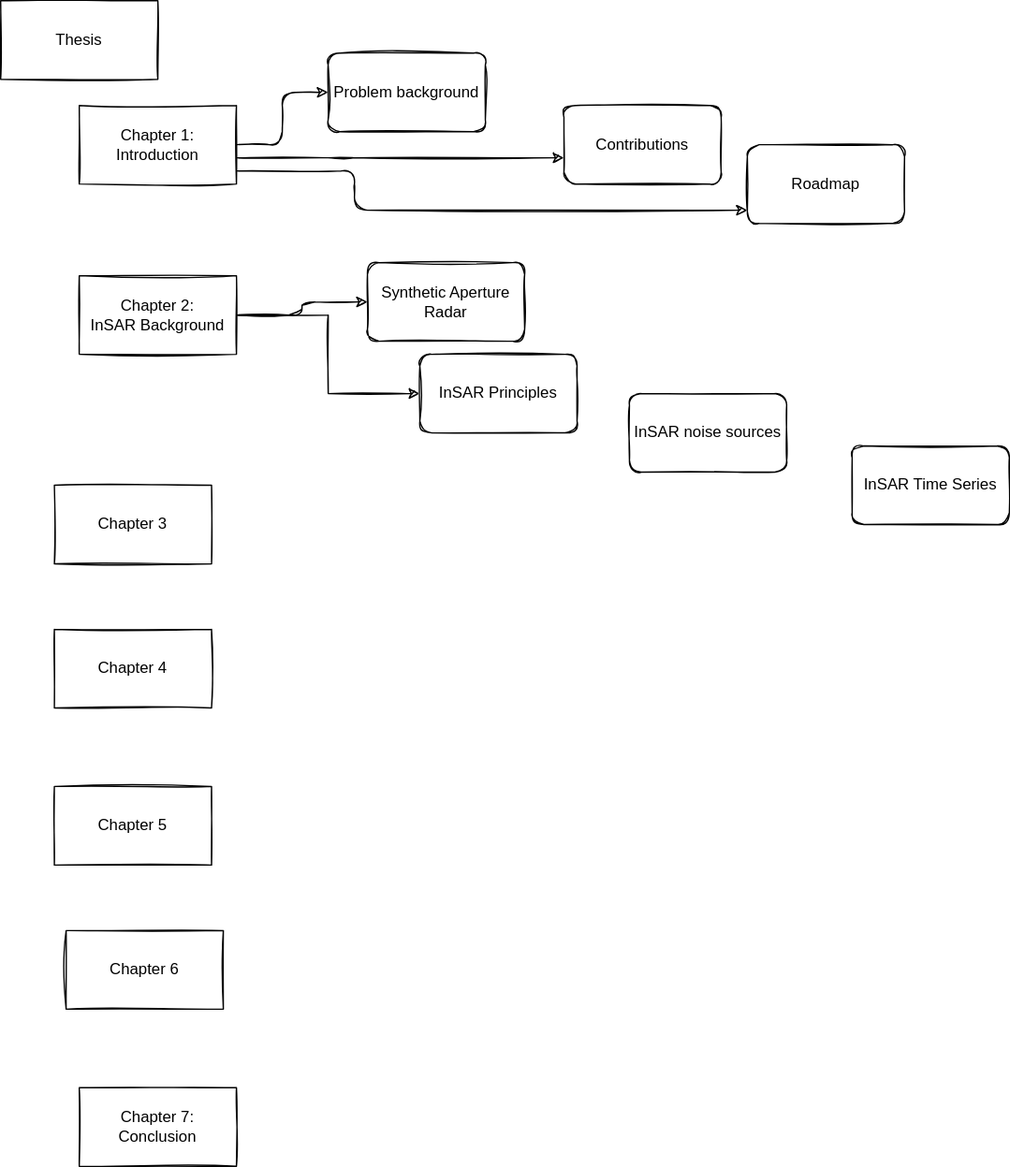
Above: thesis-outline.drawio.svg in scottstanie/phd-thesis (draw.io), before the change. Source tidied: cells renumbered, new cells last; positions are measured from the earlier drawing's top-left corner, leaving out a move shared by most shapes.
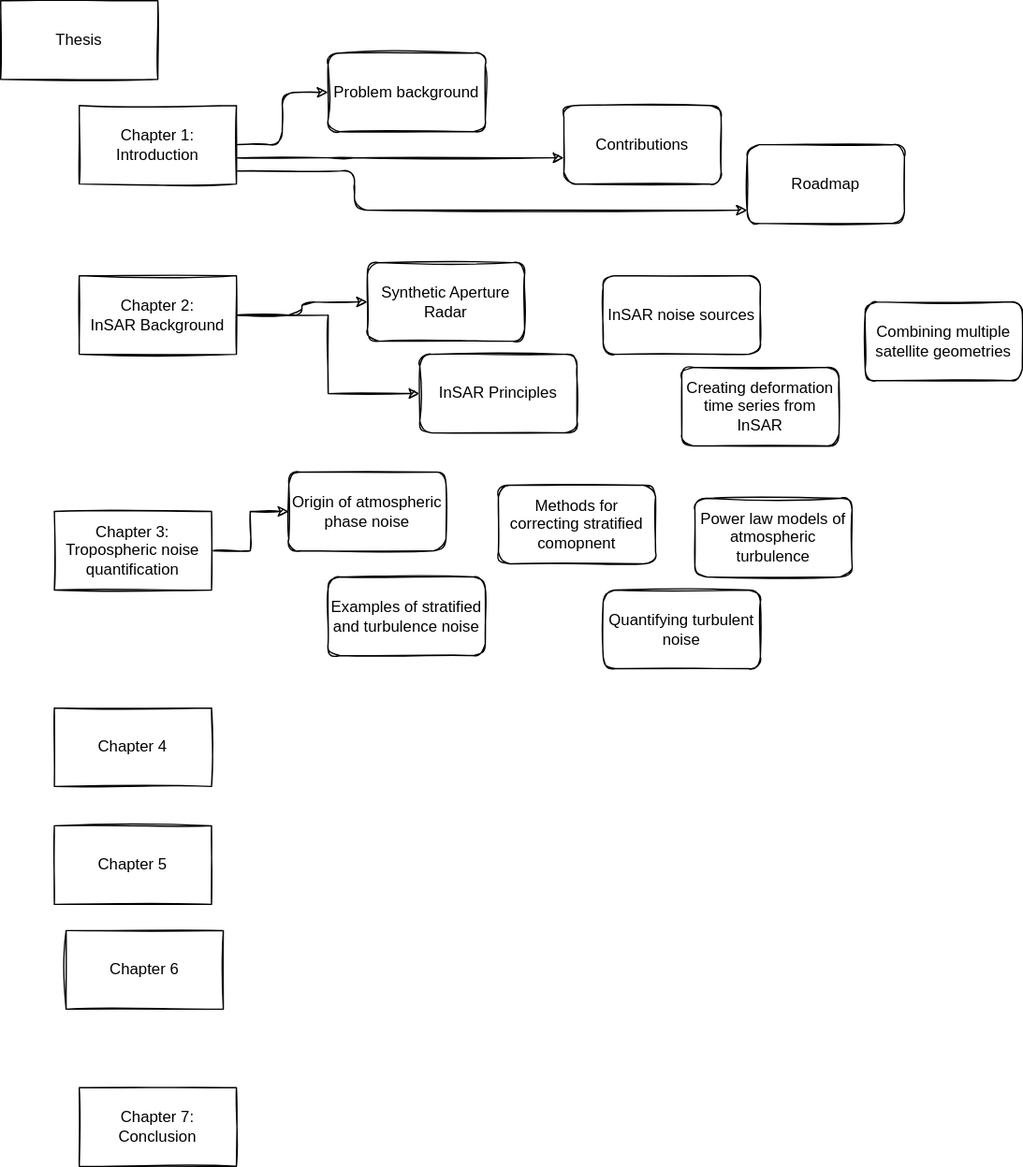
Later version of the same file.

Change to the diagram source:
```diff
@@ -58,19 +58,22 @@
       <mxGeometry x="320" y="270" width="120" height="60" as="geometry" />
     </mxCell>
     <mxCell id="16" value="InSAR noise sources" style="rounded=1;whiteSpace=wrap;html=1;sketch=1;" parent="1" vertex="1">
-      <mxGeometry x="480" y="300" width="120" height="60" as="geometry" />
+      <mxGeometry x="460" y="210" width="120" height="60" as="geometry" />
     </mxCell>
-    <mxCell id="17" value="InSAR Time Series" style="rounded=1;whiteSpace=wrap;html=1;sketch=1;" parent="1" vertex="1">
-      <mxGeometry x="650" y="340" width="120" height="60" as="geometry" />
+    <mxCell id="17" value="Creating deformation time series from InSAR" style="rounded=1;whiteSpace=wrap;html=1;sketch=1;" parent="1" vertex="1">
+      <mxGeometry x="520" y="280" width="120" height="60" as="geometry" />
     </mxCell>
+    <mxCell id="23" style="edgeStyle=orthogonalEdgeStyle;rounded=0;sketch=1;jettySize=auto;html=1;" parent="1" edge="1" source="18" target="24">
+      <mxGeometry relative="1" as="geometry" />
+    </mxCell>
-    <mxCell id="18" value="Chapter 3" style="rounded=0;whiteSpace=wrap;html=1;sketch=1;" parent="1" vertex="1">
-      <mxGeometry x="41" y="370" width="120" height="60" as="geometry" />
+    <mxCell id="18" value="Chapter 3: Tropospheric noise quantification" style="rounded=0;whiteSpace=wrap;html=1;sketch=1;" parent="1" vertex="1">
+      <mxGeometry x="41" y="390" width="120" height="60" as="geometry" />
     </mxCell>
     <mxCell id="19" value="Chapter 4" style="rounded=0;whiteSpace=wrap;html=1;sketch=1;" parent="1" vertex="1">
-      <mxGeometry x="41" y="480" width="120" height="60" as="geometry" />
+      <mxGeometry x="41" y="540" width="120" height="60" as="geometry" />
     </mxCell>
     <mxCell id="20" value="&lt;div&gt;Chapter 5&lt;/div&gt;" style="rounded=0;whiteSpace=wrap;html=1;sketch=1;" parent="1" vertex="1">
-      <mxGeometry x="41" y="600" width="120" height="60" as="geometry" />
+      <mxGeometry x="41" y="630" width="120" height="60" as="geometry" />
     </mxCell>
     <mxCell id="21" value="Chapter 6" style="rounded=0;whiteSpace=wrap;html=1;sketch=1;" parent="1" vertex="1">
       <mxGeometry x="50" y="710" width="120" height="60" as="geometry" />
@@ -78,5 +81,23 @@
     <mxCell id="22" value="&lt;div&gt;Chapter 7: Conclusion&lt;/div&gt;" style="rounded=0;whiteSpace=wrap;html=1;sketch=1;" parent="1" vertex="1">
       <mxGeometry x="60" y="830" width="120" height="60" as="geometry" />
     </mxCell>
+    <mxCell id="24" value="Origin of atmospheric phase noise" style="whiteSpace=wrap;html=1;rounded=1;sketch=1;" parent="1" vertex="1">
+      <mxGeometry x="220" y="360" width="120" height="60" as="geometry" />
+    </mxCell>
+    <mxCell id="25" value="Combining multiple satellite geometries" style="rounded=1;whiteSpace=wrap;html=1;sketch=1;" parent="1" vertex="1">
+      <mxGeometry x="660" y="230" width="120" height="60" as="geometry" />
+    </mxCell>
+    <mxCell id="26" value="Examples of stratified and turbulence noise" style="whiteSpace=wrap;html=1;rounded=1;sketch=1;" parent="1" vertex="1">
+      <mxGeometry x="250" y="440" width="120" height="60" as="geometry" />
+    </mxCell>
+    <mxCell id="27" value="Methods for correcting stratified comopnent" style="whiteSpace=wrap;html=1;rounded=1;sketch=1;" parent="1" vertex="1">
+      <mxGeometry x="380" y="370" width="120" height="60" as="geometry" />
+    </mxCell>
+    <mxCell id="28" value="Quantifying turbulent noise" style="whiteSpace=wrap;html=1;rounded=1;sketch=1;" parent="1" vertex="1">
+      <mxGeometry x="460" y="450" width="120" height="60" as="geometry" />
+    </mxCell>
+    <mxCell id="29" value="Power law models of atmospheric turbulence" style="whiteSpace=wrap;html=1;rounded=1;sketch=1;" parent="1" vertex="1">
+      <mxGeometry x="530" y="380" width="120" height="60" as="geometry" />
+    </mxCell>
   </root>
 </mxGraphModel>
```
